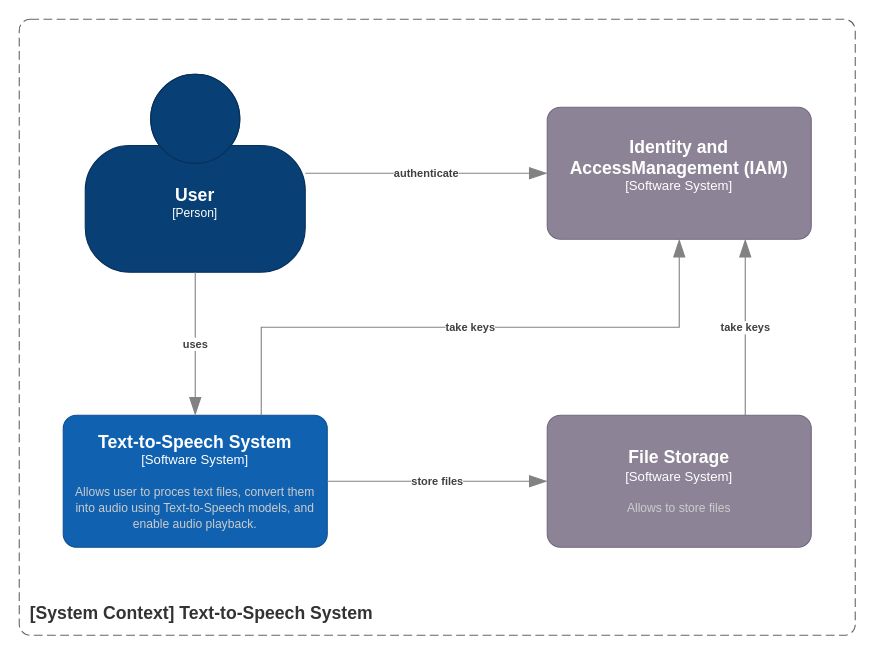
dawidbladek0831/f19 keeps this draw.io diagram as page "systemContext_textToSpeechSystem" (2 of 8) of .doc/diagram.drawio. Above is the earlier version. Source tidied: cells renumbered, new cells numbered last; positions are measured from the earlier drawing's top-left corner, leaving out a move shared by most shapes. Both pictures are drawn from the tidied source at 110%, with x=0, y=0 at pixel (19, 19).
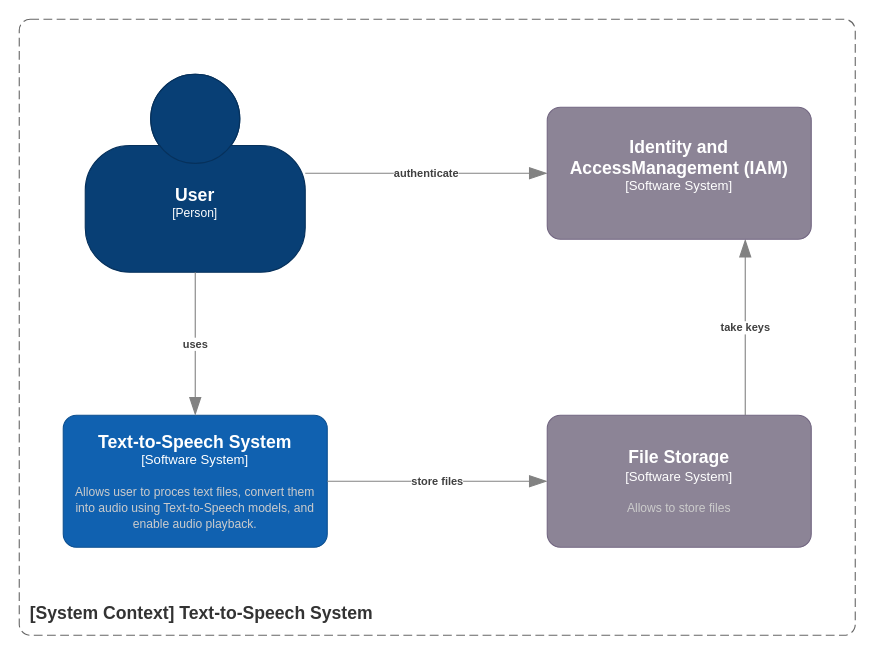
Above is the later version.

Unchanged cells that the change refers to:
```xml
<object id="4" label="&lt;font style=&quot;font-size: 16px&quot;&gt;&lt;b&gt;%c4Name%&lt;/b&gt;&lt;/font&gt;&lt;div&gt;[%c4Type%]&lt;/div&gt;&lt;br&gt;&lt;div&gt;&lt;font style=&quot;font-size: 11px&quot;&gt;&lt;font color=&quot;#cccccc&quot;&gt;%c4Description%&lt;/font&gt;&lt;/div&gt;" c4Description="Allows user to proces text files, convert them into audio using Text-to-Speech models, and enable audio playback." c4Name="Text-to-Speech System" c4Type="Software System" placeholders="1">
  <mxCell style="rounded=1;whiteSpace=wrap;html=1;labelBackgroundColor=none;fillColor=#1061B0;fontColor=#ffffff;align=center;arcSize=10;strokeColor=#0D5091;points=[[0.25,0,0],[0.5,0,0],[0.75,0,0],[1,0.25,0],[1,0.5,0],[1,0.75,0],[0.75,1,0],[0.5,1,0],[0.25,1,0],[0,0.75,0],[0,0.5,0],[0,0.25,0]];" parent="1" vertex="1">
    <mxGeometry x="40" y="360" width="240" height="120" as="geometry" />
  </mxCell>
</object>
```

Diff of the diagram source:
```diff
@@
-    <object id="8" label="&lt;div style=&quot;text-align: left&quot;&gt;&lt;div style=&quot;text-align: center&quot;&gt;&lt;b&gt;%c4Description%&lt;/b&gt;&lt;/div&gt;" c4Description="take keys" placeholders="1">
-      <mxCell style="endArrow=blockThin;html=1;fontSize=10;fontColor=#404040;strokeWidth=1;endFill=1;strokeColor=#828282;elbow=vertical;endSize=14;startSize=14;jumpStyle=arc;jumpSize=16;rounded=0;edgeStyle=orthogonalEdgeStyle;exitX=0.75;exitY=0;exitDx=0;exitDy=0;exitPerimeter=0;entryX=0.5;entryY=1;entryDx=0;entryDy=0;entryPerimeter=0;" parent="1" edge="1" source="4">
-        <mxGeometry relative="1" as="geometry">
-          <mxPoint x="600" y="200" as="targetPoint" />
-          <Array as="points">
-            <mxPoint x="220" y="280" />
-            <mxPoint x="600" y="280" />
-          </Array>
-        </mxGeometry>
-      </mxCell>
-    </object>
```
